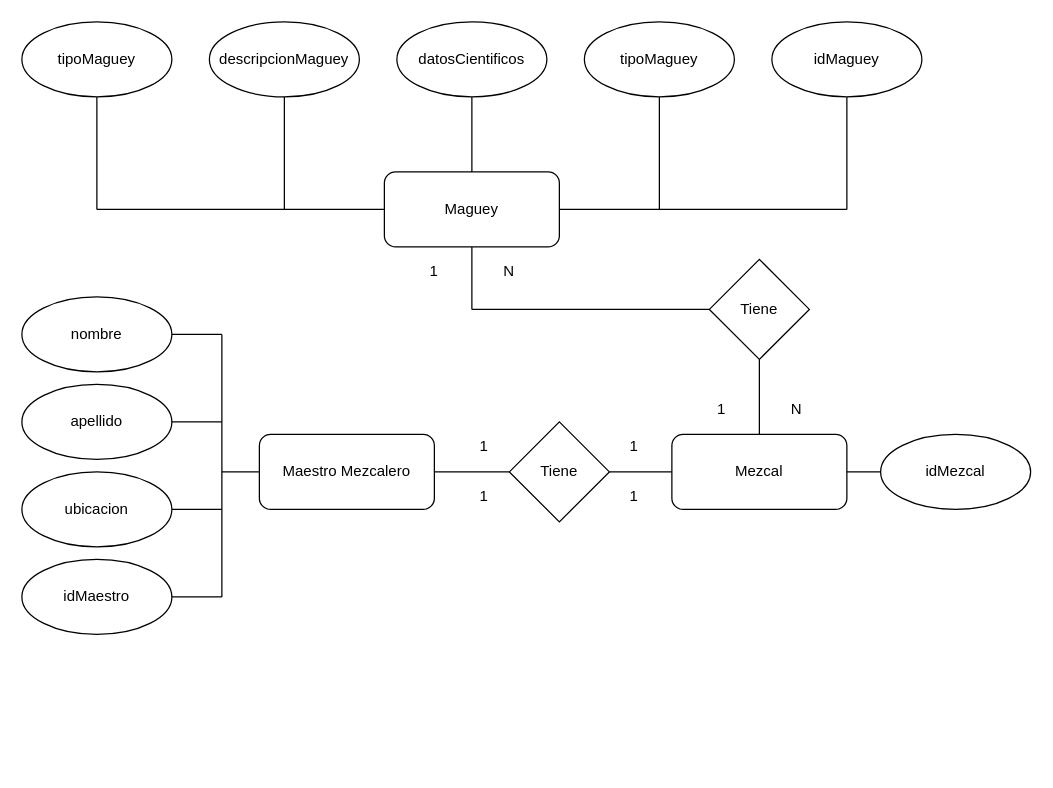
Earlier version of the draw.io diagram Untitled Diagram.drawio (ederru/reg). Source tidied: cells renumbered, new cells numbered last; positions are measured from the earlier drawing's top-left corner, leaving out a move shared by most shapes. Both pictures are drawn from the tidied source at 125%, with x=0, y=0 at pixel (21, 21).
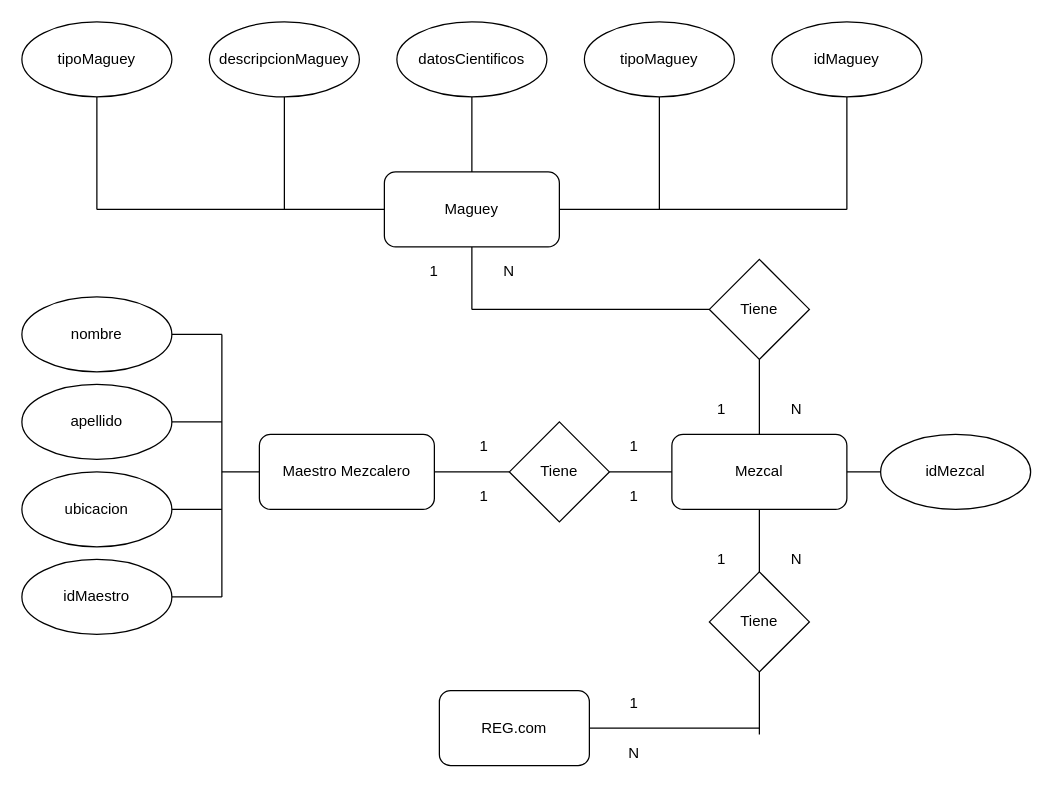
The same diagram, later.

Commit message:
Agregamos regmezcal

Unchanged cells that the change refers to:
```xml
<mxCell id="26" value="&lt;div&gt;Mezcal&lt;/div&gt;" style="rounded=1;whiteSpace=wrap;html=1;" parent="1" vertex="1">
  <mxGeometry x="520" y="330" width="140" height="60" as="geometry" />
</mxCell>
```

Change to the diagram source:
```diff
@@
+    <mxCell id="44" value="REG.com" style="rounded=1;whiteSpace=wrap;html=1;" parent="1" vertex="1">
+      <mxGeometry x="334" y="535" width="120" height="60" as="geometry" />
+    </mxCell>
+    <mxCell id="45" value="Tiene" style="rhombus;whiteSpace=wrap;html=1;" parent="1" vertex="1">
+      <mxGeometry x="550" y="440" width="80" height="80" as="geometry" />
+    </mxCell>
+    <mxCell id="46" style="endArrow=none;html=1;exitX=1;exitY=0.5;exitDx=0;exitDy=0;" parent="1" edge="1" source="44">
+      <mxGeometry relative="1" as="geometry">
+        <mxPoint x="590" y="565" as="targetPoint" />
+      </mxGeometry>
+    </mxCell>
+    <mxCell id="47" style="endArrow=none;html=1;entryX=0.5;entryY=1;entryDx=0;entryDy=0;" parent="1" edge="1" target="45">
+      <mxGeometry relative="1" as="geometry">
+        <mxPoint x="590" y="570" as="sourcePoint" />
+      </mxGeometry>
+    </mxCell>
+    <mxCell id="48" style="endArrow=none;html=1;exitX=0.5;exitY=0;exitDx=0;exitDy=0;entryX=0.5;entryY=1;entryDx=0;entryDy=0;" parent="1" edge="1" source="45" target="26">
+      <mxGeometry relative="1" as="geometry" />
+    </mxCell>
+    <mxCell id="49" value="1" style="text;html=1;strokeColor=none;fillColor=none;align=center;verticalAlign=middle;whiteSpace=wrap;rounded=0;" parent="1" vertex="1">
+      <mxGeometry x="470" y="535" width="40" height="20" as="geometry" />
+    </mxCell>
+    <mxCell id="50" value="N" style="text;html=1;strokeColor=none;fillColor=none;align=center;verticalAlign=middle;whiteSpace=wrap;rounded=0;" parent="1" vertex="1">
+      <mxGeometry x="470" y="575" width="40" height="20" as="geometry" />
+    </mxCell>
+    <mxCell id="51" value="1" style="text;html=1;strokeColor=none;fillColor=none;align=center;verticalAlign=middle;whiteSpace=wrap;rounded=0;" parent="1" vertex="1">
+      <mxGeometry x="540" y="420" width="40" height="20" as="geometry" />
+    </mxCell>
+    <mxCell id="52" value="N" style="text;html=1;strokeColor=none;fillColor=none;align=center;verticalAlign=middle;whiteSpace=wrap;rounded=0;" parent="1" vertex="1">
+      <mxGeometry x="600" y="420" width="40" height="20" as="geometry" />
+    </mxCell>
```
